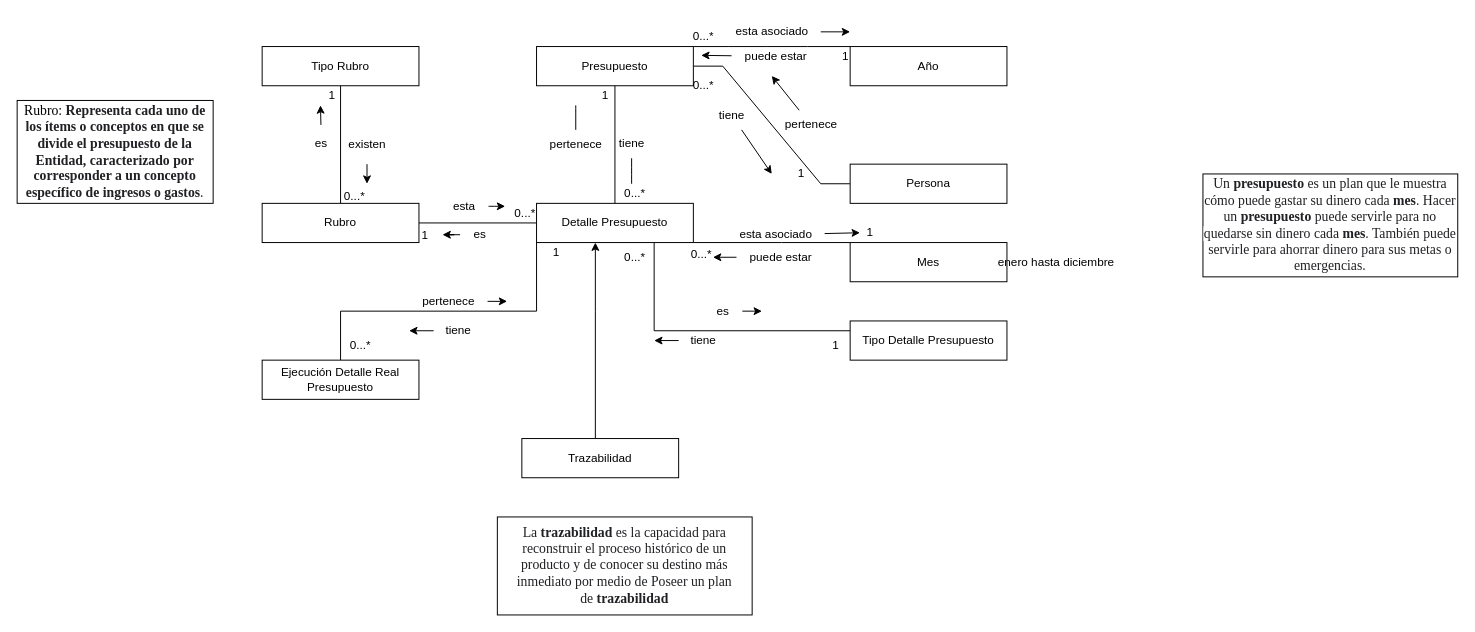
DOOPan2022/Presupuesto keeps this draw.io diagram as Clase/Modelo de dominio/Modelo de dominio anemico/Modelo de dominio anemico (2).drawio. Above is the earlier version. Source tidied: cells renumbered, new cells numbered last; positions are measured from the earlier drawing's top-left corner, leaving out a move shared by most shapes. Both pictures are drawn from the tidied source at 98%, with x=0, y=0 at pixel (17, 17).
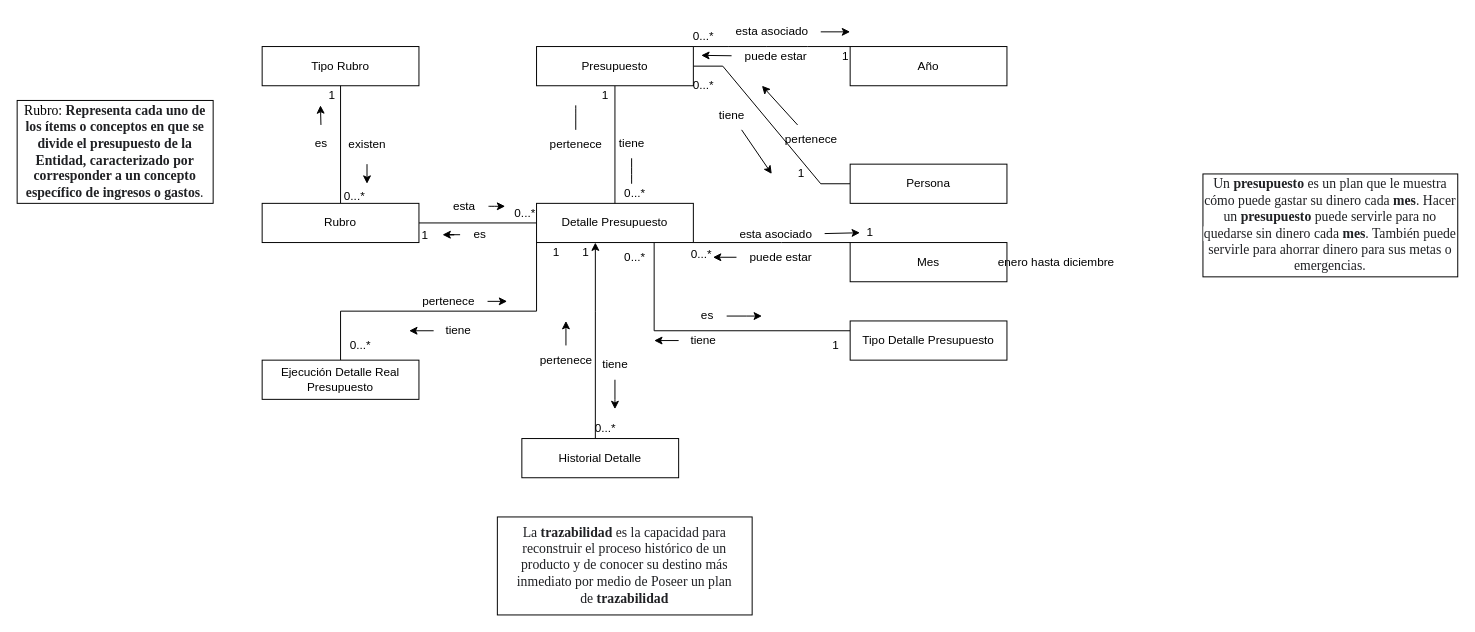
The same diagram, later.

The edit, as a diff of the source:
```diff
@@
     <mxCell id="37" style="edgeStyle=none;rounded=0;jettySize=auto;html=1;endArrow=classic;endFill=1;elbow=vertical;" parent="1" edge="1" source="38">
       <mxGeometry relative="1" as="geometry">
-        <mxPoint x="770" y="60" as="targetPoint" />
+        <mxPoint x="760" y="70" as="targetPoint" />
       </mxGeometry>
     </mxCell>
     <mxCell id="38" value="pertenece" style="text;html=1;align=center;verticalAlign=middle;points=[];strokeColor=none;fillColor=none;" parent="1" vertex="1">
-      <mxGeometry x="770" y="95" width="80" height="30" as="geometry" />
+      <mxGeometry x="770" y="110" width="80" height="30" as="geometry" />
     </mxCell>
@@
     <mxCell id="58" style="edgeStyle=orthogonalEdgeStyle;rounded=0;jettySize=auto;html=1;" parent="1" edge="1" source="59">
       <mxGeometry relative="1" as="geometry">
-        <mxPoint x="760" y="300" as="targetPoint" />
+        <mxPoint x="760" y="305" as="targetPoint" />
       </mxGeometry>
     </mxCell>
     <mxCell id="59" value="es" style="text;html=1;align=center;verticalAlign=middle;points=[];strokeColor=none;fillColor=none;" parent="1" vertex="1">
-      <mxGeometry x="700" y="285" width="40" height="30" as="geometry" />
+      <mxGeometry x="684" y="290" width="40" height="30" as="geometry" />
     </mxCell>
@@
-    <mxCell id="68" value="Trazabilidad" style="rounded=0;whiteSpace=wrap;html=1;" parent="1" vertex="1">
+    <mxCell id="68" value="Historial Detalle" style="rounded=0;whiteSpace=wrap;html=1;" parent="1" vertex="1">
       <mxGeometry x="515" y="430" width="160" height="40" as="geometry" />
     </mxCell>
@@
+    <mxCell id="73" value="1" style="text;html=1;align=center;verticalAlign=middle;strokeColor=none;fillColor=none;" parent="1" vertex="1">
+      <mxGeometry x="565" y="225" width="30" height="30" as="geometry" />
+    </mxCell>
+    <mxCell id="74" value="0...*" style="text;html=1;align=center;verticalAlign=middle;strokeColor=none;fillColor=none;" parent="1" vertex="1">
+      <mxGeometry x="580" y="405" width="40" height="30" as="geometry" />
+    </mxCell>
+    <mxCell id="75" style="edgeStyle=orthogonalEdgeStyle;rounded=0;jettySize=auto;html=1;" parent="1" edge="1" source="76">
+      <mxGeometry relative="1" as="geometry">
+        <mxPoint x="560" y="310" as="targetPoint" />
+      </mxGeometry>
+    </mxCell>
+    <mxCell id="76" value="pertenece" style="text;html=1;align=center;verticalAlign=middle;points=[];strokeColor=none;fillColor=none;" parent="1" vertex="1">
+      <mxGeometry x="520" y="335" width="80" height="30" as="geometry" />
+    </mxCell>
+    <mxCell id="77" style="edgeStyle=orthogonalEdgeStyle;rounded=0;jettySize=auto;html=1;" parent="1" edge="1" source="78">
+      <mxGeometry relative="1" as="geometry">
+        <mxPoint x="610" y="400" as="targetPoint" />
+      </mxGeometry>
+    </mxCell>
+    <mxCell id="78" value="tiene" style="text;html=1;align=center;verticalAlign=middle;points=[];strokeColor=none;fillColor=none;" parent="1" vertex="1">
+      <mxGeometry x="585" y="340" width="50" height="30" as="geometry" />
+    </mxCell>
```
